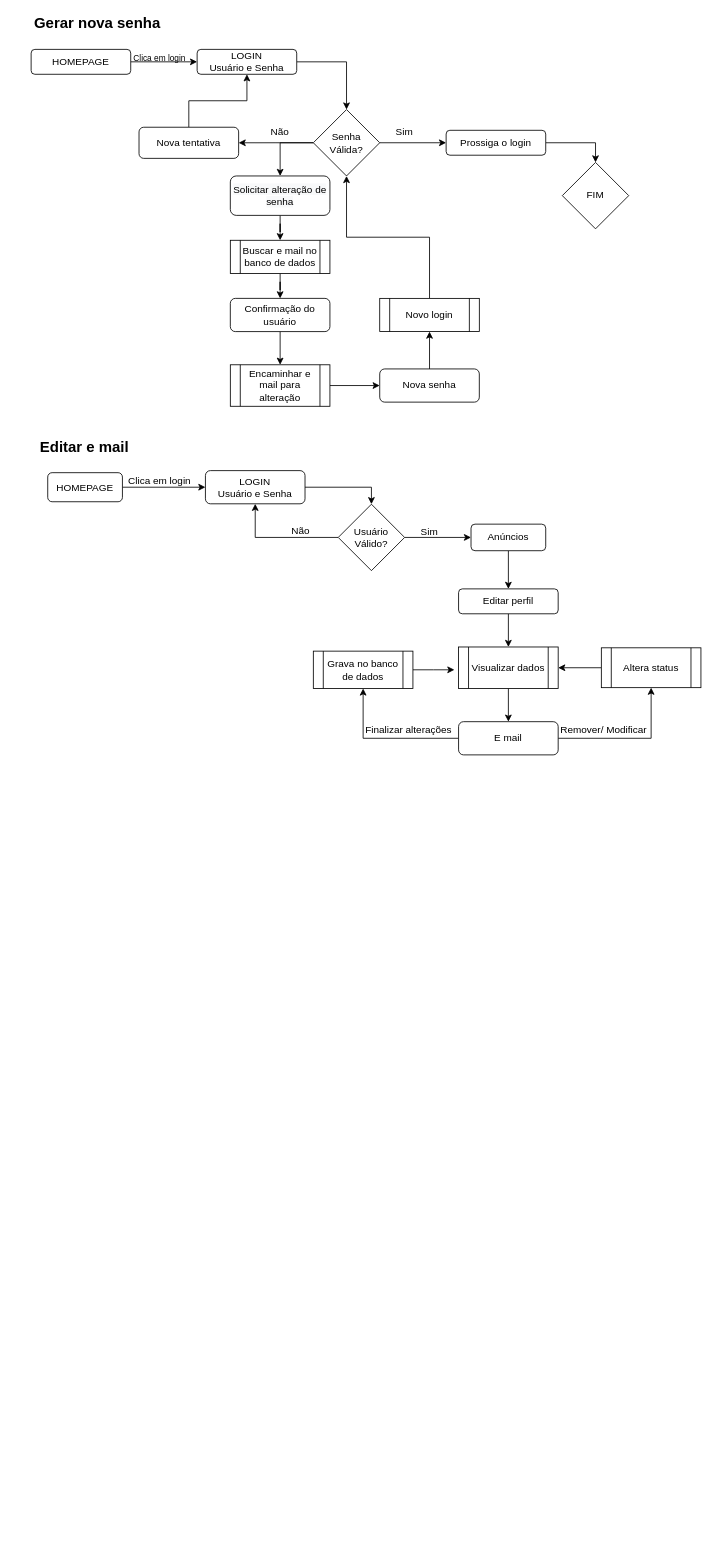
This is page "Página-2" (2 of 2) of documento/levantamento.drawio from jorgedemetrio/imoveis, a draw.io file, before an edit. Source tidied: cells renumbered, new cells numbered last; positions are measured from the earlier drawing's top-left corner, leaving out a move shared by most shapes. Both pictures are drawn from the tidied source at 83%, with x=0, y=0 at pixel (14, 15).
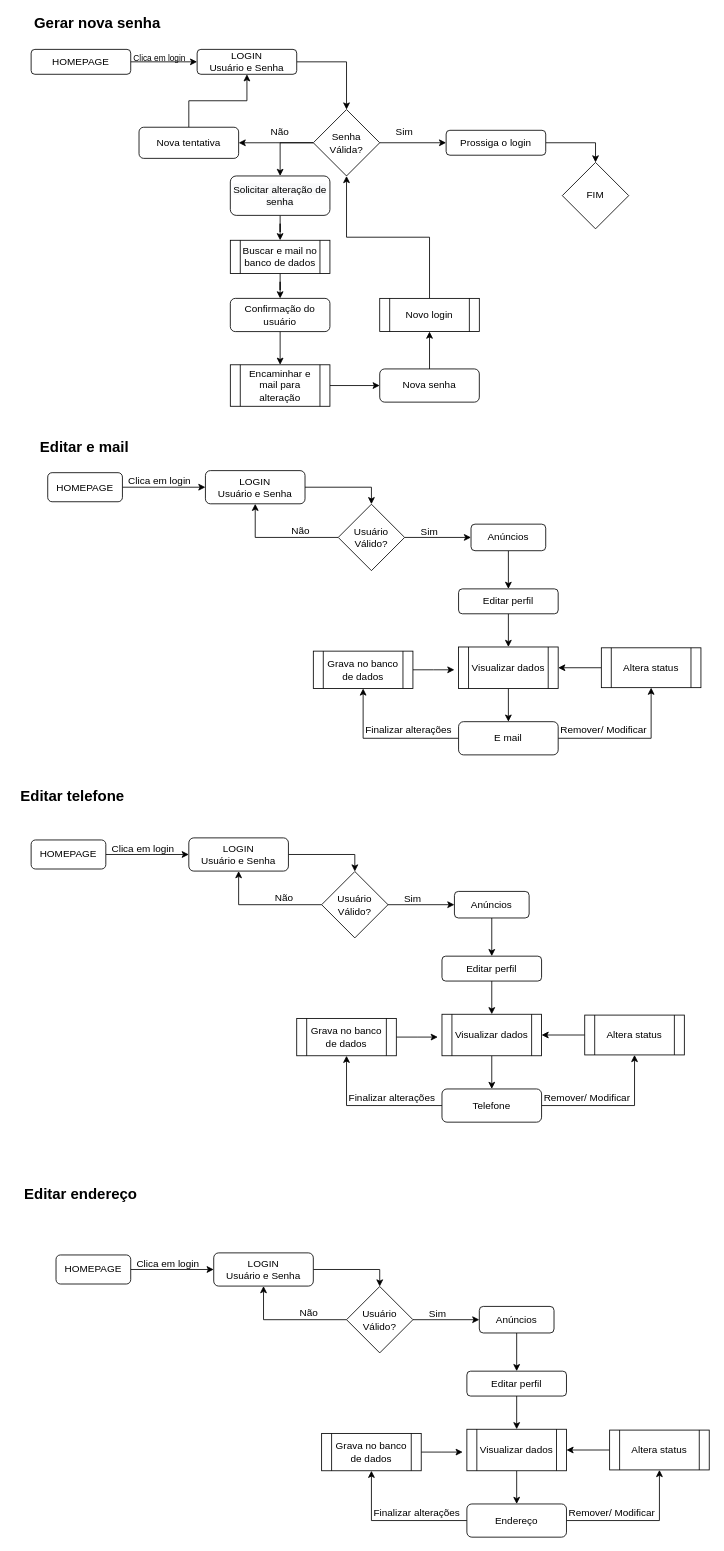
After the change.

Commit message:
Fluxos finalizados

Edição de dados

The edit, as a diff of the source:
```diff
@@
+    <mxCell id="57" value="Editar telefone" style="text;html=1;strokeColor=none;fillColor=none;align=center;verticalAlign=middle;whiteSpace=wrap;rounded=0;fontSize=18;fontStyle=1;" parent="1" vertex="1">
+      <mxGeometry y="931" width="140" height="20" as="geometry" />
+    </mxCell>
+    <mxCell id="58" style="edgeStyle=orthogonalEdgeStyle;rounded=0;jettySize=auto;html=1;entryX=0;entryY=0.5;entryDx=0;entryDy=0;fontSize=12;" parent="1" edge="1" source="59" target="61">
+      <mxGeometry relative="1" as="geometry" />
+    </mxCell>
+    <mxCell id="59" value="&lt;font style=&quot;font-size: 12px;&quot;&gt;HOMEPAGE&lt;/font&gt;" style="rounded=1;whiteSpace=wrap;html=1;fontSize=12;" parent="1" vertex="1">
+      <mxGeometry x="20" y="993.5" width="90" height="35" as="geometry" />
+    </mxCell>
+    <mxCell id="60" style="edgeStyle=orthogonalEdgeStyle;rounded=0;jettySize=auto;html=1;entryX=0.5;entryY=0;entryDx=0;entryDy=0;fontSize=12;" parent="1" edge="1" source="61" target="65">
+      <mxGeometry relative="1" as="geometry" />
+    </mxCell>
+    <mxCell id="61" value="LOGIN&lt;br&gt;Usuário e Senha" style="rounded=1;whiteSpace=wrap;html=1;fontSize=12;" parent="1" vertex="1">
+      <mxGeometry x="210" y="991" width="120" height="40" as="geometry" />
+    </mxCell>
+    <mxCell id="62" value="Clica em login" style="text;html=1;strokeColor=none;fillColor=none;align=center;verticalAlign=middle;whiteSpace=wrap;rounded=0;fontSize=12;" parent="1" vertex="1">
+      <mxGeometry x="115" y="993.5" width="80" height="20" as="geometry" />
+    </mxCell>
+    <mxCell id="63" style="edgeStyle=orthogonalEdgeStyle;rounded=0;jettySize=auto;html=1;exitX=0;exitY=0.5;exitDx=0;exitDy=0;entryX=0.5;entryY=1;entryDx=0;entryDy=0;fontSize=12;" parent="1" edge="1" source="65" target="61">
+      <mxGeometry relative="1" as="geometry" />
+    </mxCell>
+    <mxCell id="64" style="edgeStyle=orthogonalEdgeStyle;rounded=0;jettySize=auto;html=1;entryX=0;entryY=0.5;entryDx=0;entryDy=0;fontSize=12;" parent="1" edge="1" source="65" target="68">
+      <mxGeometry relative="1" as="geometry" />
+    </mxCell>
+    <mxCell id="65" value="Usuário Válido?" style="rhombus;whiteSpace=wrap;html=1;fontSize=12;" parent="1" vertex="1">
+      <mxGeometry x="370" y="1031.5" width="80" height="80" as="geometry" />
+    </mxCell>
+    <mxCell id="66" value="Não" style="text;html=1;strokeColor=none;fillColor=none;align=center;verticalAlign=middle;whiteSpace=wrap;rounded=0;fontSize=12;" parent="1" vertex="1">
+      <mxGeometry x="300" y="1053.5" width="50" height="20" as="geometry" />
+    </mxCell>
+    <mxCell id="67" style="edgeStyle=orthogonalEdgeStyle;rounded=0;jettySize=auto;html=1;entryX=0.5;entryY=0;entryDx=0;entryDy=0;fontSize=12;" parent="1" edge="1" source="68" target="71">
+      <mxGeometry relative="1" as="geometry" />
+    </mxCell>
+    <mxCell id="68" value="Anúncios" style="rounded=1;whiteSpace=wrap;html=1;fontSize=12;" parent="1" vertex="1">
+      <mxGeometry x="530" y="1055.5" width="90" height="32" as="geometry" />
+    </mxCell>
+    <mxCell id="69" value="Sim" style="text;html=1;strokeColor=none;fillColor=none;align=center;verticalAlign=middle;whiteSpace=wrap;rounded=0;fontSize=12;" parent="1" vertex="1">
+      <mxGeometry x="460" y="1054.5" width="40" height="20" as="geometry" />
+    </mxCell>
+    <mxCell id="70" style="edgeStyle=orthogonalEdgeStyle;rounded=0;jettySize=auto;html=1;entryX=0.5;entryY=0;entryDx=0;entryDy=0;fontSize=12;" parent="1" edge="1" source="71" target="76">
+      <mxGeometry relative="1" as="geometry" />
+    </mxCell>
+    <mxCell id="71" value="Editar perfil" style="rounded=1;whiteSpace=wrap;html=1;fontSize=12;" parent="1" vertex="1">
+      <mxGeometry x="515" y="1133.5" width="120" height="30" as="geometry" />
+    </mxCell>
+    <mxCell id="72" style="edgeStyle=orthogonalEdgeStyle;rounded=0;jettySize=auto;html=1;entryX=0.5;entryY=1;entryDx=0;entryDy=0;fontSize=12;" parent="1" edge="1" source="74" target="78">
+      <mxGeometry relative="1" as="geometry" />
+    </mxCell>
+    <mxCell id="73" style="edgeStyle=orthogonalEdgeStyle;rounded=0;jettySize=auto;html=1;fontSize=12;" parent="1" edge="1" source="74" target="80">
+      <mxGeometry relative="1" as="geometry" />
+    </mxCell>
+    <mxCell id="74" value="Telefone" style="rounded=1;whiteSpace=wrap;html=1;fontSize=12;" parent="1" vertex="1">
+      <mxGeometry x="515" y="1293.5" width="120" height="40" as="geometry" />
+    </mxCell>
+    <mxCell id="75" style="edgeStyle=orthogonalEdgeStyle;rounded=0;jettySize=auto;html=1;entryX=0.5;entryY=0;entryDx=0;entryDy=0;fontSize=12;" parent="1" edge="1" source="76" target="74">
+      <mxGeometry relative="1" as="geometry" />
+    </mxCell>
+    <mxCell id="76" value="Visualizar dados" style="shape=process;whiteSpace=wrap;html=1;backgroundOutline=1;fontSize=12;" parent="1" vertex="1">
+      <mxGeometry x="515" y="1203.5" width="120" height="50" as="geometry" />
+    </mxCell>
+    <mxCell id="77" style="edgeStyle=orthogonalEdgeStyle;rounded=0;jettySize=auto;html=1;fontSize=12;" parent="1" edge="1" source="78">
+      <mxGeometry relative="1" as="geometry">
+        <mxPoint x="510" y="1231" as="targetPoint" />
+      </mxGeometry>
+    </mxCell>
+    <mxCell id="78" value="Grava no banco de dados" style="shape=process;whiteSpace=wrap;html=1;backgroundOutline=1;fontSize=12;" parent="1" vertex="1">
+      <mxGeometry x="340" y="1208.5" width="120" height="45" as="geometry" />
+    </mxCell>
+    <mxCell id="79" style="edgeStyle=orthogonalEdgeStyle;rounded=0;jettySize=auto;html=1;entryX=1;entryY=0.5;entryDx=0;entryDy=0;fontSize=12;" parent="1" edge="1" source="80" target="76">
+      <mxGeometry relative="1" as="geometry" />
+    </mxCell>
+    <mxCell id="80" value="Altera status" style="shape=process;whiteSpace=wrap;html=1;backgroundOutline=1;fontSize=12;" parent="1" vertex="1">
+      <mxGeometry x="687" y="1204.5" width="120" height="48" as="geometry" />
+    </mxCell>
+    <mxCell id="81" value="Remover/ Modificar" style="text;html=1;strokeColor=none;fillColor=none;align=center;verticalAlign=middle;whiteSpace=wrap;rounded=0;fontSize=12;" parent="1" vertex="1">
+      <mxGeometry x="635" y="1293.5" width="110" height="20" as="geometry" />
+    </mxCell>
+    <mxCell id="82" value="Finalizar alterações" style="text;html=1;strokeColor=none;fillColor=none;align=center;verticalAlign=middle;whiteSpace=wrap;rounded=0;fontSize=12;" parent="1" vertex="1">
+      <mxGeometry x="400" y="1293.5" width="110" height="20" as="geometry" />
+    </mxCell>
+    <mxCell id="83" value="Editar endereço" style="text;html=1;strokeColor=none;fillColor=none;align=center;verticalAlign=middle;whiteSpace=wrap;rounded=0;fontSize=18;fontStyle=1;" parent="1" vertex="1">
+      <mxGeometry x="10" y="1411" width="140" height="20" as="geometry" />
+    </mxCell>
+    <mxCell id="84" style="edgeStyle=orthogonalEdgeStyle;rounded=0;jettySize=auto;html=1;entryX=0;entryY=0.5;entryDx=0;entryDy=0;fontSize=12;" parent="1" edge="1" source="85" target="87">
+      <mxGeometry relative="1" as="geometry" />
+    </mxCell>
+    <mxCell id="85" value="&lt;font style=&quot;font-size: 12px;&quot;&gt;HOMEPAGE&lt;/font&gt;" style="rounded=1;whiteSpace=wrap;html=1;fontSize=12;" parent="1" vertex="1">
+      <mxGeometry x="50" y="1493.5" width="90" height="35" as="geometry" />
+    </mxCell>
+    <mxCell id="86" style="edgeStyle=orthogonalEdgeStyle;rounded=0;jettySize=auto;html=1;entryX=0.5;entryY=0;entryDx=0;entryDy=0;fontSize=12;" parent="1" edge="1" source="87" target="91">
+      <mxGeometry relative="1" as="geometry" />
+    </mxCell>
+    <mxCell id="87" value="LOGIN&lt;br&gt;Usuário e Senha" style="rounded=1;whiteSpace=wrap;html=1;fontSize=12;" parent="1" vertex="1">
+      <mxGeometry x="240" y="1491" width="120" height="40" as="geometry" />
+    </mxCell>
+    <mxCell id="88" value="Clica em login" style="text;html=1;strokeColor=none;fillColor=none;align=center;verticalAlign=middle;whiteSpace=wrap;rounded=0;fontSize=12;" parent="1" vertex="1">
+      <mxGeometry x="145" y="1493.5" width="80" height="20" as="geometry" />
+    </mxCell>
+    <mxCell id="89" style="edgeStyle=orthogonalEdgeStyle;rounded=0;jettySize=auto;html=1;exitX=0;exitY=0.5;exitDx=0;exitDy=0;entryX=0.5;entryY=1;entryDx=0;entryDy=0;fontSize=12;" parent="1" edge="1" source="91" target="87">
+      <mxGeometry relative="1" as="geometry" />
+    </mxCell>
+    <mxCell id="90" style="edgeStyle=orthogonalEdgeStyle;rounded=0;jettySize=auto;html=1;entryX=0;entryY=0.5;entryDx=0;entryDy=0;fontSize=12;" parent="1" edge="1" source="91" target="94">
+      <mxGeometry relative="1" as="geometry" />
+    </mxCell>
+    <mxCell id="91" value="Usuário Válido?" style="rhombus;whiteSpace=wrap;html=1;fontSize=12;" parent="1" vertex="1">
+      <mxGeometry x="400" y="1531.5" width="80" height="80" as="geometry" />
+    </mxCell>
+    <mxCell id="92" value="Não" style="text;html=1;strokeColor=none;fillColor=none;align=center;verticalAlign=middle;whiteSpace=wrap;rounded=0;fontSize=12;" parent="1" vertex="1">
+      <mxGeometry x="330" y="1553.5" width="50" height="20" as="geometry" />
+    </mxCell>
+    <mxCell id="93" style="edgeStyle=orthogonalEdgeStyle;rounded=0;jettySize=auto;html=1;entryX=0.5;entryY=0;entryDx=0;entryDy=0;fontSize=12;" parent="1" edge="1" source="94" target="97">
+      <mxGeometry relative="1" as="geometry" />
+    </mxCell>
+    <mxCell id="94" value="Anúncios" style="rounded=1;whiteSpace=wrap;html=1;fontSize=12;" parent="1" vertex="1">
+      <mxGeometry x="560" y="1555.5" width="90" height="32" as="geometry" />
+    </mxCell>
+    <mxCell id="95" value="Sim" style="text;html=1;strokeColor=none;fillColor=none;align=center;verticalAlign=middle;whiteSpace=wrap;rounded=0;fontSize=12;" parent="1" vertex="1">
+      <mxGeometry x="490" y="1554.5" width="40" height="20" as="geometry" />
+    </mxCell>
+    <mxCell id="96" style="edgeStyle=orthogonalEdgeStyle;rounded=0;jettySize=auto;html=1;entryX=0.5;entryY=0;entryDx=0;entryDy=0;fontSize=12;" parent="1" edge="1" source="97" target="102">
+      <mxGeometry relative="1" as="geometry" />
+    </mxCell>
+    <mxCell id="97" value="Editar perfil" style="rounded=1;whiteSpace=wrap;html=1;fontSize=12;" parent="1" vertex="1">
+      <mxGeometry x="545" y="1633.5" width="120" height="30" as="geometry" />
+    </mxCell>
+    <mxCell id="98" style="edgeStyle=orthogonalEdgeStyle;rounded=0;jettySize=auto;html=1;entryX=0.5;entryY=1;entryDx=0;entryDy=0;fontSize=12;" parent="1" edge="1" source="100" target="104">
+      <mxGeometry relative="1" as="geometry" />
+    </mxCell>
+    <mxCell id="99" style="edgeStyle=orthogonalEdgeStyle;rounded=0;jettySize=auto;html=1;fontSize=12;" parent="1" edge="1" source="100" target="106">
+      <mxGeometry relative="1" as="geometry" />
+    </mxCell>
+    <mxCell id="100" value="Endereço" style="rounded=1;whiteSpace=wrap;html=1;fontSize=12;" parent="1" vertex="1">
+      <mxGeometry x="545" y="1793.5" width="120" height="40" as="geometry" />
+    </mxCell>
+    <mxCell id="101" style="edgeStyle=orthogonalEdgeStyle;rounded=0;jettySize=auto;html=1;entryX=0.5;entryY=0;entryDx=0;entryDy=0;fontSize=12;" parent="1" edge="1" source="102" target="100">
+      <mxGeometry relative="1" as="geometry" />
+    </mxCell>
+    <mxCell id="102" value="Visualizar dados" style="shape=process;whiteSpace=wrap;html=1;backgroundOutline=1;fontSize=12;" parent="1" vertex="1">
+      <mxGeometry x="545" y="1703.5" width="120" height="50" as="geometry" />
+    </mxCell>
+    <mxCell id="103" style="edgeStyle=orthogonalEdgeStyle;rounded=0;jettySize=auto;html=1;fontSize=12;" parent="1" edge="1" source="104">
+      <mxGeometry relative="1" as="geometry">
+        <mxPoint x="540" y="1731" as="targetPoint" />
+      </mxGeometry>
+    </mxCell>
+    <mxCell id="104" value="Grava no banco de dados" style="shape=process;whiteSpace=wrap;html=1;backgroundOutline=1;fontSize=12;" parent="1" vertex="1">
+      <mxGeometry x="370" y="1708.5" width="120" height="45" as="geometry" />
+    </mxCell>
+    <mxCell id="105" style="edgeStyle=orthogonalEdgeStyle;rounded=0;jettySize=auto;html=1;entryX=1;entryY=0.5;entryDx=0;entryDy=0;fontSize=12;" parent="1" edge="1" source="106" target="102">
+      <mxGeometry relative="1" as="geometry" />
+    </mxCell>
+    <mxCell id="106" value="Altera status" style="shape=process;whiteSpace=wrap;html=1;backgroundOutline=1;fontSize=12;" parent="1" vertex="1">
+      <mxGeometry x="717" y="1704.5" width="120" height="48" as="geometry" />
+    </mxCell>
+    <mxCell id="107" value="Remover/ Modificar" style="text;html=1;strokeColor=none;fillColor=none;align=center;verticalAlign=middle;whiteSpace=wrap;rounded=0;fontSize=12;" parent="1" vertex="1">
+      <mxGeometry x="665" y="1793.5" width="110" height="20" as="geometry" />
+    </mxCell>
+    <mxCell id="108" value="Finalizar alterações" style="text;html=1;strokeColor=none;fillColor=none;align=center;verticalAlign=middle;whiteSpace=wrap;rounded=0;fontSize=12;" parent="1" vertex="1">
+      <mxGeometry x="430" y="1793.5" width="110" height="20" as="geometry" />
+    </mxCell>
```
